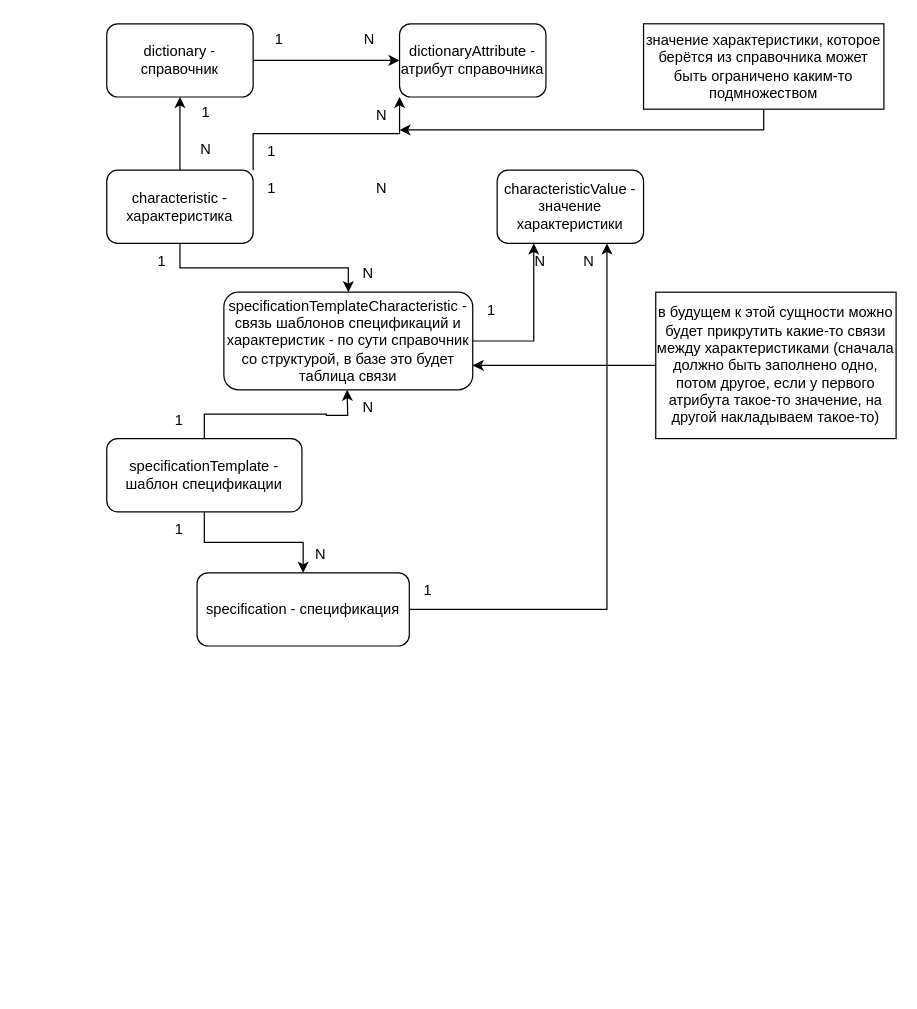
This is prodat.drawio from estet90/todo, a draw.io file, before an edit. Source tidied: cells renumbered, new cells numbered last; positions are measured from the earlier drawing's top-left corner, leaving out a move shared by most shapes. Both pictures are drawn from the tidied source at 122%, with x=0, y=0 at pixel (106, 21).
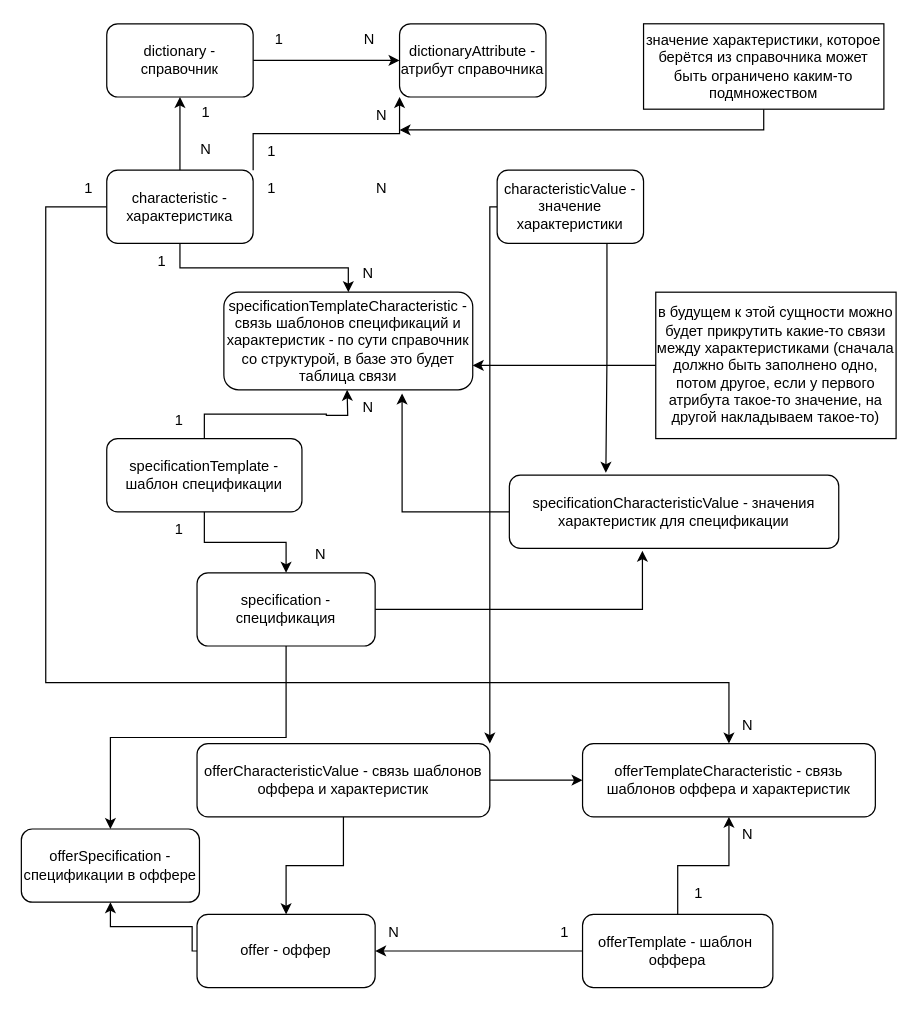
The same diagram, later.

The change refers to these unchanged cells:
```xml
<mxCell id="8" value="&lt;div&gt;characteristic - характеристика&lt;/div&gt;" style="rounded=1;whiteSpace=wrap;html=1;" parent="1" vertex="1">
  <mxGeometry y="122" width="120" height="60" as="geometry" />
</mxCell>
<mxCell id="11" value="characteristicValue - значение характеристики" style="rounded=1;whiteSpace=wrap;html=1;" parent="1" vertex="1">
  <mxGeometry x="320" y="122" width="120" height="60" as="geometry" />
</mxCell>
<mxCell id="24" value="&lt;div&gt;specificationTemplateCharacteristic - связь шаблонов спецификаций и характеристик - по сути справочник со структурой, в базе это будет таблица связи&lt;br&gt;&lt;/div&gt;" style="rounded=1;whiteSpace=wrap;html=1;" parent="1" vertex="1">
  <mxGeometry x="96" y="222" width="204" height="80" as="geometry" />
</mxCell>
```

The edit, as a diff of the source:
```diff
@@
+    <mxCell id="39" style="edgeStyle=orthogonalEdgeStyle;rounded=0;jettySize=auto;html=1;exitX=0;exitY=0.5;exitDx=0;exitDy=0;entryX=0.5;entryY=0;entryDx=0;entryDy=0;" parent="1" edge="1" source="8" target="53">
+      <mxGeometry relative="1" as="geometry">
+        <Array as="points">
+          <mxPoint x="-50" y="152" />
+          <mxPoint x="-50" y="542" />
+          <mxPoint x="510" y="542" />
+        </Array>
+      </mxGeometry>
+    </mxCell>
@@
+    <mxCell id="40" style="edgeStyle=orthogonalEdgeStyle;rounded=0;jettySize=auto;html=1;exitX=0.75;exitY=1;exitDx=0;exitDy=0;entryX=0.293;entryY=-0.033;entryDx=0;entryDy=0;entryPerimeter=0;" parent="1" edge="1" source="11" target="45">
+      <mxGeometry relative="1" as="geometry" />
+    </mxCell>
+    <mxCell id="41" style="edgeStyle=orthogonalEdgeStyle;rounded=0;jettySize=auto;html=1;entryX=1;entryY=0;entryDx=0;entryDy=0;" parent="1" edge="1" source="11" target="60">
+      <mxGeometry relative="1" as="geometry">
+        <Array as="points">
+          <mxPoint x="314" y="152" />
+        </Array>
+      </mxGeometry>
+    </mxCell>
@@
-    <mxCell id="23" style="edgeStyle=orthogonalEdgeStyle;rounded=0;jettySize=auto;html=1;exitX=1;exitY=0.5;exitDx=0;exitDy=0;entryX=0.25;entryY=1;entryDx=0;entryDy=0;" parent="1" edge="1" source="24" target="11">
-      <mxGeometry relative="1" as="geometry" />
-    </mxCell>
@@
-    <mxCell id="29" value="1" style="text;html=1;align=center;verticalAlign=middle;strokeColor=none;fillColor=none;" parent="1" vertex="1">
-      <mxGeometry x="300" y="222" width="30" height="30" as="geometry" />
-    </mxCell>
-    <mxCell id="30" value="N" style="text;html=1;align=center;verticalAlign=middle;strokeColor=none;fillColor=none;" parent="1" vertex="1">
-      <mxGeometry x="340" y="182" width="30" height="30" as="geometry" />
-    </mxCell>
-    <mxCell id="31" style="edgeStyle=orthogonalEdgeStyle;rounded=0;jettySize=auto;html=1;exitX=1;exitY=0.5;exitDx=0;exitDy=0;entryX=0.75;entryY=1;entryDx=0;entryDy=0;" parent="1" edge="1" source="32" target="11">
-      <mxGeometry relative="1" as="geometry" />
-    </mxCell>
+    <mxCell id="42" style="edgeStyle=orthogonalEdgeStyle;rounded=0;jettySize=auto;html=1;entryX=0.404;entryY=1.033;entryDx=0;entryDy=0;entryPerimeter=0;" parent="1" edge="1" source="32" target="45">
+      <mxGeometry relative="1" as="geometry" />
+    </mxCell>
+    <mxCell id="43" style="edgeStyle=orthogonalEdgeStyle;rounded=0;jettySize=auto;html=1;exitX=0.5;exitY=1;exitDx=0;exitDy=0;entryX=0.5;entryY=0;entryDx=0;entryDy=0;" parent="1" edge="1" source="32" target="61">
+      <mxGeometry relative="1" as="geometry" />
+    </mxCell>
     <mxCell id="32" value="&lt;div&gt;specification - спецификация&lt;br&gt;&lt;/div&gt;" style="rounded=1;whiteSpace=wrap;html=1;" parent="1" vertex="1">
-      <mxGeometry x="74" y="452" width="174" height="60" as="geometry" />
+      <mxGeometry x="74" y="452" width="146" height="60" as="geometry" />
     </mxCell>
@@
-    <mxCell id="35" value="1" style="text;html=1;align=center;verticalAlign=middle;strokeColor=none;fillColor=none;" parent="1" vertex="1">
-      <mxGeometry x="248" y="452" width="30" height="30" as="geometry" />
-    </mxCell>
-    <mxCell id="36" value="N" style="text;html=1;align=center;verticalAlign=middle;strokeColor=none;fillColor=none;" parent="1" vertex="1">
-      <mxGeometry x="380" y="182" width="30" height="30" as="geometry" />
-    </mxCell>
@@
+    <mxCell id="44" style="edgeStyle=orthogonalEdgeStyle;rounded=0;jettySize=auto;html=1;exitX=0;exitY=0.5;exitDx=0;exitDy=0;entryX=0.716;entryY=1.038;entryDx=0;entryDy=0;entryPerimeter=0;" parent="1" edge="1" source="45" target="24">
+      <mxGeometry relative="1" as="geometry" />
+    </mxCell>
+    <mxCell id="45" value="&lt;div&gt;specificationCharacteristicValue - значения характеристик для спецификации&lt;br&gt;&lt;/div&gt;" style="rounded=1;whiteSpace=wrap;html=1;" parent="1" vertex="1">
+      <mxGeometry x="330" y="372" width="270" height="60" as="geometry" />
+    </mxCell>
+    <mxCell id="46" style="edgeStyle=orthogonalEdgeStyle;rounded=0;jettySize=auto;html=1;entryX=0.5;entryY=1;entryDx=0;entryDy=0;" parent="1" edge="1" source="47" target="61">
+      <mxGeometry relative="1" as="geometry">
+        <Array as="points">
+          <mxPoint x="70" y="762" />
+          <mxPoint x="70" y="742" />
+          <mxPoint x="3" y="742" />
+        </Array>
+      </mxGeometry>
+    </mxCell>
+    <mxCell id="47" value="&lt;div&gt;offer - оффер&lt;br&gt;&lt;/div&gt;" style="rounded=1;whiteSpace=wrap;html=1;" parent="1" vertex="1">
+      <mxGeometry x="74" y="732" width="146" height="60" as="geometry" />
+    </mxCell>
+    <mxCell id="48" style="edgeStyle=orthogonalEdgeStyle;rounded=0;jettySize=auto;html=1;entryX=1;entryY=0.5;entryDx=0;entryDy=0;" parent="1" edge="1" source="50" target="47">
+      <mxGeometry relative="1" as="geometry" />
+    </mxCell>
+    <mxCell id="49" style="edgeStyle=orthogonalEdgeStyle;rounded=0;jettySize=auto;html=1;entryX=0.5;entryY=1;entryDx=0;entryDy=0;" parent="1" edge="1" source="50" target="53">
+      <mxGeometry relative="1" as="geometry" />
+    </mxCell>
+    <mxCell id="50" value="&lt;div&gt;offerTemplate - шаблон&amp;nbsp; оффера&lt;br&gt;&lt;/div&gt;" style="rounded=1;whiteSpace=wrap;html=1;" parent="1" vertex="1">
+      <mxGeometry x="390" y="732" width="156" height="60" as="geometry" />
+    </mxCell>
+    <mxCell id="51" value="1" style="text;html=1;align=center;verticalAlign=middle;strokeColor=none;fillColor=none;" parent="1" vertex="1">
+      <mxGeometry x="360" y="732" width="30" height="30" as="geometry" />
+    </mxCell>
+    <mxCell id="52" value="N" style="text;html=1;align=center;verticalAlign=middle;strokeColor=none;fillColor=none;" parent="1" vertex="1">
+      <mxGeometry x="220" y="732" width="30" height="30" as="geometry" />
+    </mxCell>
+    <mxCell id="53" value="&lt;div&gt;offerTemplateCharacteristic - связь шаблонов оффера и характеристик&lt;br&gt;&lt;/div&gt;" style="rounded=1;whiteSpace=wrap;html=1;" parent="1" vertex="1">
+      <mxGeometry x="390" y="592" width="240" height="60" as="geometry" />
+    </mxCell>
+    <mxCell id="54" value="1" style="text;html=1;align=center;verticalAlign=middle;strokeColor=none;fillColor=none;" parent="1" vertex="1">
+      <mxGeometry x="470" y="700" width="30" height="30" as="geometry" />
+    </mxCell>
+    <mxCell id="55" value="N" style="text;html=1;align=center;verticalAlign=middle;strokeColor=none;fillColor=none;" parent="1" vertex="1">
+      <mxGeometry x="510" y="652" width="30" height="30" as="geometry" />
+    </mxCell>
+    <mxCell id="56" value="1" style="text;html=1;align=center;verticalAlign=middle;strokeColor=none;fillColor=none;" parent="1" vertex="1">
+      <mxGeometry x="-30" y="122" width="30" height="30" as="geometry" />
+    </mxCell>
+    <mxCell id="57" value="N" style="text;html=1;align=center;verticalAlign=middle;strokeColor=none;fillColor=none;" parent="1" vertex="1">
+      <mxGeometry x="510" y="562" width="30" height="30" as="geometry" />
+    </mxCell>
+    <mxCell id="58" style="edgeStyle=orthogonalEdgeStyle;rounded=0;jettySize=auto;html=1;" parent="1" edge="1" source="60" target="53">
+      <mxGeometry relative="1" as="geometry" />
+    </mxCell>
+    <mxCell id="59" style="edgeStyle=orthogonalEdgeStyle;rounded=0;jettySize=auto;html=1;" parent="1" edge="1" source="60" target="47">
+      <mxGeometry relative="1" as="geometry" />
+    </mxCell>
+    <mxCell id="60" value="&lt;div&gt;offerCharacteristicValue - связь шаблонов оффера и характеристик&lt;br&gt;&lt;/div&gt;" style="rounded=1;whiteSpace=wrap;html=1;" parent="1" vertex="1">
+      <mxGeometry x="74" y="592" width="240" height="60" as="geometry" />
+    </mxCell>
+    <mxCell id="61" value="&lt;div&gt;offerSpecification - спецификации в оффере&lt;br&gt;&lt;/div&gt;" style="rounded=1;whiteSpace=wrap;html=1;" parent="1" vertex="1">
+      <mxGeometry x="-70" y="662" width="146" height="60" as="geometry" />
+    </mxCell>
```
